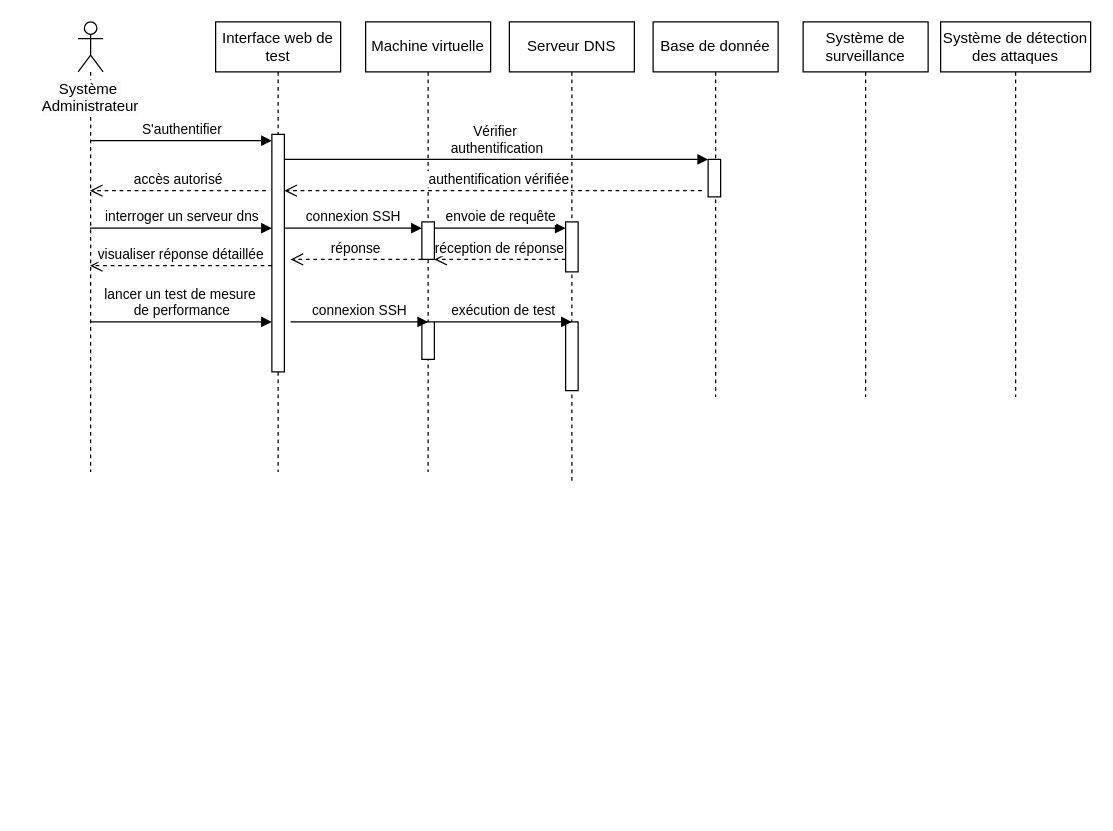
Before: sequence.drawio in eya-harbaoui/Diagramms, a draw.io diagram. Source tidied: cells renumbered, new cells numbered last; positions are measured from the earlier drawing's top-left corner, leaving out a move shared by most shapes. Both pictures are drawn from the tidied source at 125%, with x=0, y=0 at pixel (21, 21).
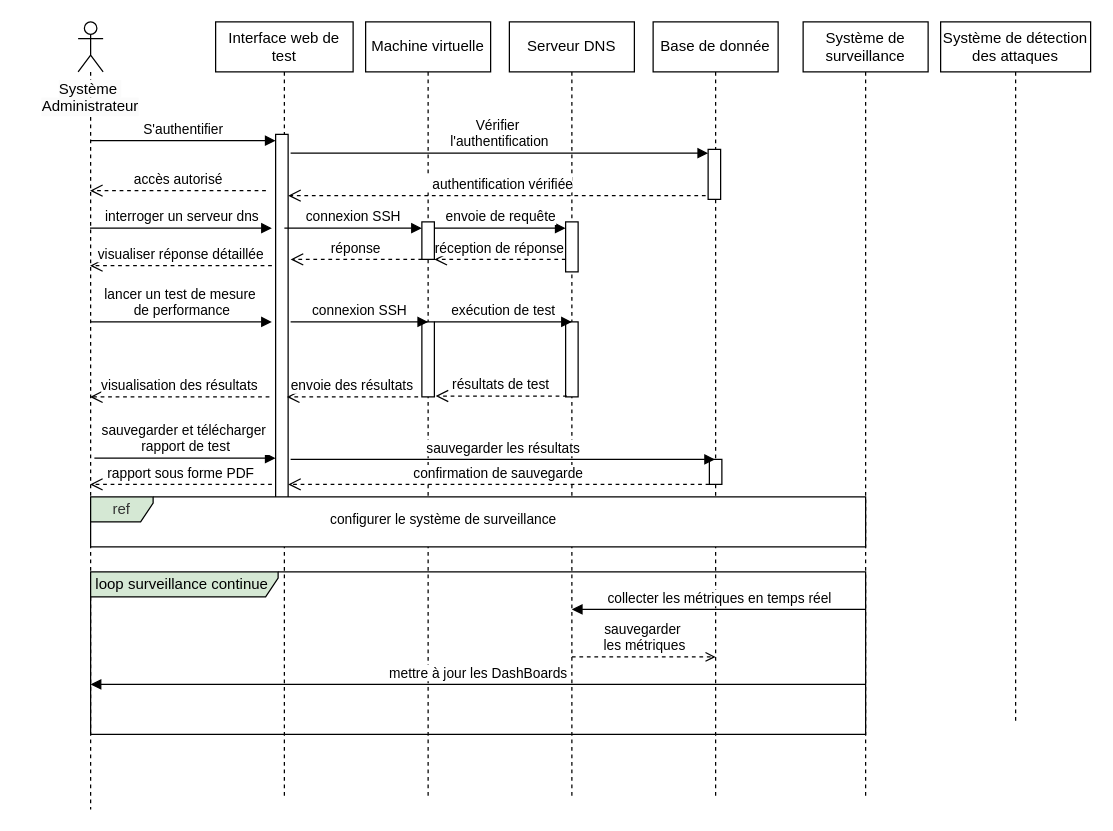
The same page after the edit.

Commit message (it also covers changes not shown here):
Mettre à jour sequence.drawio

Change to the diagram source:
```diff
@@
     <mxCell id="2" value="Interface web de test" style="shape=umlLifeline;perimeter=lifelinePerimeter;whiteSpace=wrap;html=1;newEdgeStyle={&quot;edgeStyle&quot;:&quot;elbowEdgeStyle&quot;,&quot;elbow&quot;:&quot;vertical&quot;,&quot;curved&quot;:0,&quot;rounded&quot;:0};" parent="1" vertex="1">
-      <mxGeometry x="155" width="100" height="360" as="geometry" />
+      <mxGeometry x="155" width="110" height="620" as="geometry" />
     </mxCell>
     <mxCell id="3" style="html=1;points=[[0,0,0,0,5],[0,1,0,0,-5],[1,0,0,0,5],[1,1,0,0,-5]];perimeter=orthogonalPerimeter;outlineConnect=0;targetShapes=umlLifeline;portConstraint=eastwest;newEdgeStyle={&quot;curved&quot;:0,&quot;rounded&quot;:0};" parent="2" vertex="1">
-      <mxGeometry x="45" y="90" width="10" height="190" as="geometry" />
+      <mxGeometry x="48" y="90" width="10" height="300" as="geometry" />
     </mxCell>
     <mxCell id="4" value="Machine virtuelle" style="shape=umlLifeline;perimeter=lifelinePerimeter;whiteSpace=wrap;html=1;newEdgeStyle={&quot;edgeStyle&quot;:&quot;elbowEdgeStyle&quot;,&quot;elbow&quot;:&quot;vertical&quot;,&quot;curved&quot;:0,&quot;rounded&quot;:0};" parent="1" vertex="1">
-      <mxGeometry x="275" width="100" height="360" as="geometry" />
+      <mxGeometry x="275" width="100" height="620" as="geometry" />
     </mxCell>
@@
     <mxCell id="7" style="html=1;perimeter=orthogonalPerimeter;targetShapes=umlLifeline;newEdgeStyle={&quot;curved&quot;:0,&quot;rounded&quot;:0};" parent="4" vertex="1">
-      <mxGeometry x="45" y="240" width="10" height="30" as="geometry" />
+      <mxGeometry x="45" y="240" width="10" height="60" as="geometry" />
     </mxCell>
     <mxCell id="8" value="Base de donnée" style="shape=umlLifeline;perimeter=lifelinePerimeter;whiteSpace=wrap;html=1;outlineConnect=0;portConstraint=eastwest;newEdgeStyle={&quot;edgeStyle&quot;:&quot;elbowEdgeStyle&quot;,&quot;elbow&quot;:&quot;vertical&quot;,&quot;curved&quot;:0,&quot;rounded&quot;:0};" parent="1" vertex="1">
-      <mxGeometry x="505" width="100" height="300" as="geometry" />
+      <mxGeometry x="505" width="100" height="620" as="geometry" />
     </mxCell>
     <mxCell id="9" style="html=1;perimeter=orthogonalPerimeter;targetShapes=umlLifeline;newEdgeStyle={&quot;curved&quot;:0,&quot;rounded&quot;:0};" parent="8" vertex="1">
-      <mxGeometry x="44" y="110" width="10" height="30" as="geometry" />
+      <mxGeometry x="44" y="102" width="10" height="40" as="geometry" />
     </mxCell>
+    <mxCell id="29" style="html=1;perimeter=orthogonalPerimeter;targetShapes=umlLifeline;newEdgeStyle={&quot;curved&quot;:0,&quot;rounded&quot;:0};" parent="8" vertex="1">
+      <mxGeometry x="45" y="350" width="10" height="20" as="geometry" />
+    </mxCell>
     <mxCell id="10" value="Serveur DNS" style="shape=umlLifeline;perimeter=lifelinePerimeter;whiteSpace=wrap;html=1;newEdgeStyle={&quot;edgeStyle&quot;:&quot;elbowEdgeStyle&quot;,&quot;elbow&quot;:&quot;vertical&quot;,&quot;curved&quot;:0,&quot;rounded&quot;:0};" parent="1" vertex="1">
-      <mxGeometry x="390" width="100" height="370" as="geometry" />
+      <mxGeometry x="390" width="100" height="620" as="geometry" />
     </mxCell>
@@
     <mxCell id="12" style="html=1;perimeter=orthogonalPerimeter;targetShapes=umlLifeline;newEdgeStyle={&quot;curved&quot;:0,&quot;rounded&quot;:0};" parent="10" vertex="1">
-      <mxGeometry x="45" y="240" width="10" height="55" as="geometry" />
+      <mxGeometry x="45" y="240" width="10" height="60" as="geometry" />
     </mxCell>
     <mxCell id="13" value="Système de surveillance" style="shape=umlLifeline;perimeter=lifelinePerimeter;whiteSpace=wrap;html=1;newEdgeStyle={&quot;edgeStyle&quot;:&quot;elbowEdgeStyle&quot;,&quot;elbow&quot;:&quot;vertical&quot;,&quot;curved&quot;:0,&quot;rounded&quot;:0};" parent="1" vertex="1">
-      <mxGeometry x="625" width="100" height="300" as="geometry" />
+      <mxGeometry x="625" width="100" height="620" as="geometry" />
     </mxCell>
     <mxCell id="14" value="Système de détection des attaques" style="shape=umlLifeline;perimeter=lifelinePerimeter;whiteSpace=wrap;html=1;newEdgeStyle={&quot;edgeStyle&quot;:&quot;elbowEdgeStyle&quot;,&quot;elbow&quot;:&quot;vertical&quot;,&quot;curved&quot;:0,&quot;rounded&quot;:0};" parent="1" vertex="1">
-      <mxGeometry x="735" width="120" height="300" as="geometry" />
+      <mxGeometry x="735" width="120" height="560" as="geometry" />
     </mxCell>
     <mxCell id="15" style="shape=umlLifeline;perimeter=lifelinePerimeter;whiteSpace=wrap;html=1;outlineConnect=0;portConstraint=eastwest;newEdgeStyle={&quot;curved&quot;:0,&quot;rounded&quot;:0};participant=umlActor;" parent="1" vertex="1">
-      <mxGeometry x="45" width="20" height="360" as="geometry" />
+      <mxGeometry x="45" width="20" height="630" as="geometry" />
     </mxCell>
@@
     <mxCell id="19" value="&amp;nbsp; &amp;nbsp;authentification vérifiée" style="html=1;verticalAlign=bottom;endArrow=open;dashed=1;endSize=8;curved=0;rounded=0;exitX=0;exitY=1;exitDx=0;exitDy=-5;" parent="1" edge="1">
       <mxGeometry relative="1" as="geometry">
-        <mxPoint x="544" y="135" as="sourcePoint" />
-        <mxPoint x="210" y="135" as="targetPoint" />
+        <mxPoint x="547" y="139" as="sourcePoint" />
+        <mxPoint x="213" y="139" as="targetPoint" />
       </mxGeometry>
     </mxCell>
-    <mxCell id="20" value="Vérifier&amp;nbsp;&lt;div&gt;authentification&lt;/div&gt;" style="html=1;verticalAlign=bottom;endArrow=block;curved=0;rounded=0;entryX=0;entryY=0;entryDx=0;entryDy=5;" parent="1" edge="1">
+    <mxCell id="20" value="Vérifier&amp;nbsp;&lt;div&gt;l'authentification&lt;/div&gt;" style="html=1;verticalAlign=bottom;endArrow=block;curved=0;rounded=0;entryX=0;entryY=0;entryDx=0;entryDy=5;" parent="1" edge="1">
       <mxGeometry relative="1" as="geometry">
-        <mxPoint x="210" y="110" as="sourcePoint" />
-        <mxPoint x="549" y="110" as="targetPoint" />
+        <mxPoint x="215" y="105" as="sourcePoint" />
+        <mxPoint x="549" y="105" as="targetPoint" />
       </mxGeometry>
     </mxCell>
@@
+    <mxCell id="30" value="résultats de test" style="html=1;verticalAlign=bottom;endArrow=open;dashed=1;endSize=8;curved=0;rounded=0;" parent="1" edge="1">
+      <mxGeometry relative="1" as="geometry">
+        <mxPoint x="436" y="299.3" as="sourcePoint" />
+        <mxPoint x="331" y="299.3" as="targetPoint" />
+      </mxGeometry>
+    </mxCell>
+    <mxCell id="31" value="envoie des résultats" style="html=1;verticalAlign=bottom;endArrow=open;dashed=1;endSize=8;curved=0;rounded=0;" parent="1" edge="1">
+      <mxGeometry relative="1" as="geometry">
+        <mxPoint x="317" y="300" as="sourcePoint" />
+        <mxPoint x="212" y="300" as="targetPoint" />
+      </mxGeometry>
+    </mxCell>
+    <mxCell id="32" value="visualisation des résultats" style="html=1;verticalAlign=bottom;endArrow=open;dashed=1;endSize=8;curved=0;rounded=0;" parent="1" edge="1" target="15">
+      <mxGeometry relative="1" as="geometry">
+        <mxPoint x="198" y="300" as="sourcePoint" />
+      </mxGeometry>
+    </mxCell>
+    <mxCell id="33" value="sauvegarder et télécharger&amp;nbsp;&lt;div&gt;rapport de test&lt;/div&gt;" style="html=1;verticalAlign=bottom;endArrow=block;curved=0;rounded=0;entryX=0;entryY=0;entryDx=0;entryDy=5;" parent="1" edge="1">
+      <mxGeometry relative="1" as="geometry">
+        <mxPoint x="58" y="349" as="sourcePoint" />
+        <mxPoint x="203" y="349" as="targetPoint" />
+      </mxGeometry>
+    </mxCell>
+    <mxCell id="34" value="sauvegarder les résultats" style="html=1;verticalAlign=bottom;endArrow=block;curved=0;rounded=0;" parent="1" edge="1" target="8">
+      <mxGeometry relative="1" as="geometry">
+        <mxPoint x="215" y="350" as="sourcePoint" />
+      </mxGeometry>
+    </mxCell>
+    <mxCell id="35" value="confirmation de sauvegarde" style="html=1;verticalAlign=bottom;endArrow=open;dashed=1;endSize=8;curved=0;rounded=0;" parent="1" edge="1" target="3">
+      <mxGeometry relative="1" as="geometry">
+        <mxPoint x="550" y="370" as="sourcePoint" />
+      </mxGeometry>
+    </mxCell>
+    <mxCell id="36" value="rapport sous forme PDF" style="html=1;verticalAlign=bottom;endArrow=open;dashed=1;endSize=8;curved=0;rounded=0;" parent="1" edge="1" target="15">
+      <mxGeometry relative="1" as="geometry">
+        <mxPoint x="200" y="370" as="sourcePoint" />
+      </mxGeometry>
+    </mxCell>
+    <mxCell id="37" value="loop surveillance continue&amp;nbsp;" style="shape=umlFrame;whiteSpace=wrap;html=1;width=150;height=20;fillColor=#D5E8D4;" parent="1" vertex="1">
+      <mxGeometry x="55" y="440" width="620" height="130" as="geometry" />
+    </mxCell>
+    <mxCell id="38" value="collecter les métriques en temps réel" style="html=1;verticalAlign=bottom;endArrow=block;curved=0;rounded=0;" parent="1" edge="1">
+      <mxGeometry relative="1" as="geometry">
+        <mxPoint x="674.7" y="470" as="sourcePoint" />
+        <mxPoint x="440" y="470" as="targetPoint" />
+      </mxGeometry>
+    </mxCell>
+    <mxCell id="39" value="ref" style="shape=umlFrame;whiteSpace=wrap;html=1;width=50;height=20;fillColor=#D5E8D4;fontColor=#333333;strokeColor=#000000;swimlaneFillColor=default;" parent="1" vertex="1">
+      <mxGeometry x="55" y="380" width="620" height="40" as="geometry" />
+    </mxCell>
+    <mxCell id="40" value="&lt;span style=&quot;color: rgb(0, 0, 0); font-family: Helvetica; font-size: 11px; font-style: normal; font-variant-ligatures: normal; font-variant-caps: normal; font-weight: 400; letter-spacing: normal; orphans: 2; text-align: center; text-indent: 0px; text-transform: none; widows: 2; word-spacing: 0px; -webkit-text-stroke-width: 0px; white-space: nowrap; background-color: rgb(255, 255, 255); text-decoration-thickness: initial; text-decoration-style: initial; text-decoration-color: initial; display: inline !important; float: none;&quot;&gt;configurer le système de surveillance&lt;/span&gt;" style="text;whiteSpace=wrap;html=1;" parent="1" vertex="1">
+      <mxGeometry x="245" y="384" width="217" height="40" as="geometry" />
+    </mxCell>
+    <mxCell id="41" value="sauvegarder&amp;nbsp;&lt;div&gt;les métriques&lt;/div&gt;" style="html=1;verticalAlign=bottom;endArrow=open;curved=0;rounded=0;dashed=1;endFill=0;" parent="1" edge="1">
+      <mxGeometry relative="1" as="geometry">
+        <mxPoint x="440" y="508" as="sourcePoint" />
+        <mxPoint x="555" y="508" as="targetPoint" />
+      </mxGeometry>
+    </mxCell>
+    <mxCell id="42" value="mettre à jour les DashBoards" style="html=1;verticalAlign=bottom;endArrow=block;curved=0;rounded=0;" parent="1" edge="1">
+      <mxGeometry relative="1" as="geometry">
+        <mxPoint x="675" y="530" as="sourcePoint" />
+        <mxPoint x="55" y="530" as="targetPoint" />
+      </mxGeometry>
+    </mxCell>
```
